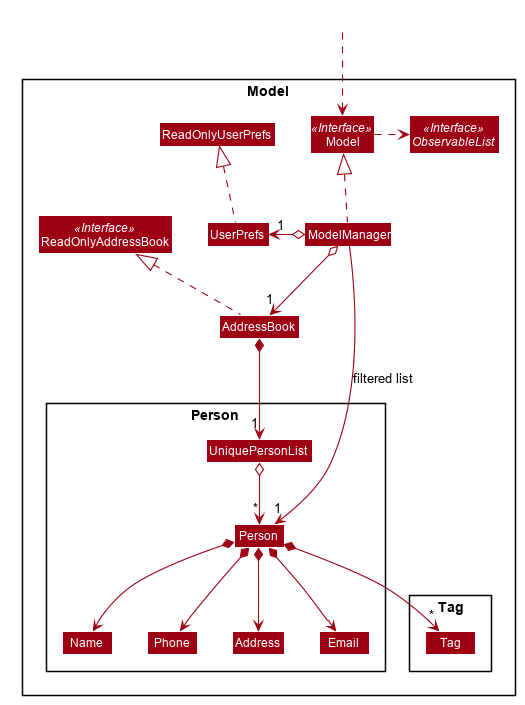
Earlier version of the PlantUML export docs/images/ModelClassDiagram.png (nus-cs2103-AY1920S2/addressbook-level3).
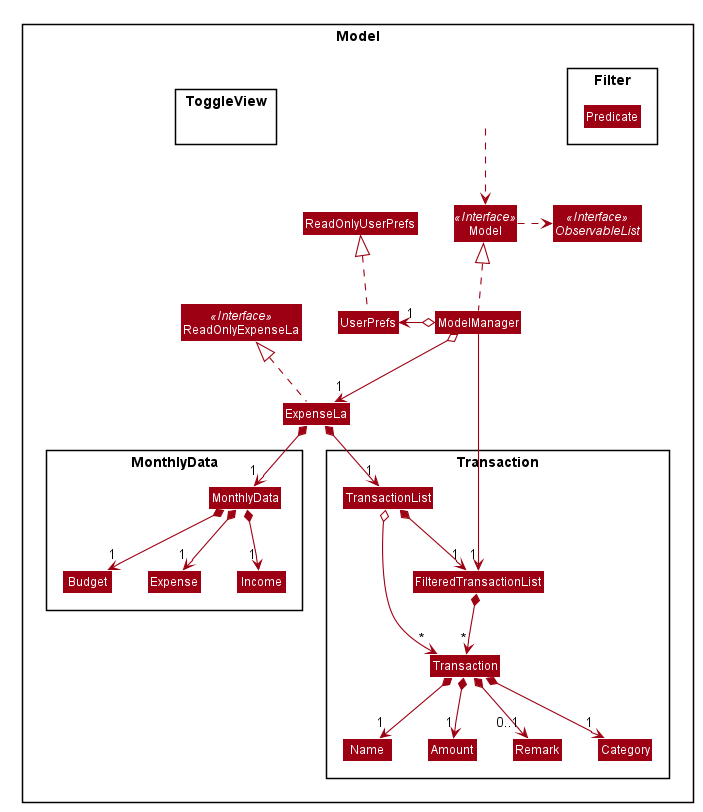
After the commit.

Change to the diagram source:
```diff
@@ -52,52 +52,70 @@
 skinparam classBackgroundColor #9D0012
 
 Package Model <<Rectangle>>{
-Interface ReadOnlyAddressBook <<Interface>>
+Interface ReadOnlyExpenseLa <<Interface>>
 Interface Model <<Interface>>
 Interface ObservableList <<Interface>>
-Class AddressBook
-Class ReadOnlyAddressBook
+Class ExpenseLa
+Class ReadOnlyExpenseLa
 Class Model
 Class ModelManager
 Class UserPrefs
 Class ReadOnlyUserPrefs
 
-Package Person {
-Class Person
-Class Address
-Class Email
+Package Transaction {
+Class Transaction
+Class Remark
+Class Category
 Class Name
-Class Phone
-Class UniquePersonList
+Class Amount
+Class FilteredTransactionList
+Class TransactionList
 }
 
-Package Tag {
-Class Tag
+Package MonthlyData {
+Class MonthlyData
+Class Budget
+Class Expense
+Class Income
 }
+
+Package Filter {
+Class Predicate
 }
+
+Package ToggleView {
+
+}
+
+
 
 Class HiddenOutside #FFFFFF
 HiddenOutside ..> Model
 
-AddressBook .up.|> ReadOnlyAddressBook
+ExpenseLa .up.|> ReadOnlyExpenseLa
 
 ModelManager .up.|> Model
 Model .right.> ObservableList
-ModelManager o--> "1" AddressBook
+ModelManager o--> "1" ExpenseLa
 ModelManager o-left-> "1" UserPrefs
 UserPrefs .up.|> ReadOnlyUserPrefs
 
-AddressBook *--> "1" UniquePersonList
-UniquePersonList o--> "*" Person
-Person *--> Name
-Person *--> Phone
-Person *--> Email
-Person *--> Address
-Person *--> "*" Tag
+ExpenseLa *--> "1" TransactionList
+TransactionList o--> "*" Transaction
+TransactionList *--> "1" FilteredTransactionList
+Transaction *--> "1" Name
+Transaction *--> "1" Amount
+Transaction *--> "1" Category
+Transaction *--> "0..1" Remark
+ExpenseLa *--> "1" MonthlyData
+MonthlyData *--> "1" Budget
+MonthlyData *--> "1" Expense
+MonthlyData *--> "1" Income
 
-Name -[hidden]right-> Phone
-Phone -[hidden]right-> Address
-Address -[hidden]right-> Email
+Name -[hidden]right-> Amount
+Amount -[hidden]right-> Remark
+Remark -[hidden]right-> Category
 
-ModelManager -->"1" Person : filtered list
+ModelManager -->"1" FilteredTransactionList
+FilteredTransactionList *--> "*" Transaction
 @enduml
```
